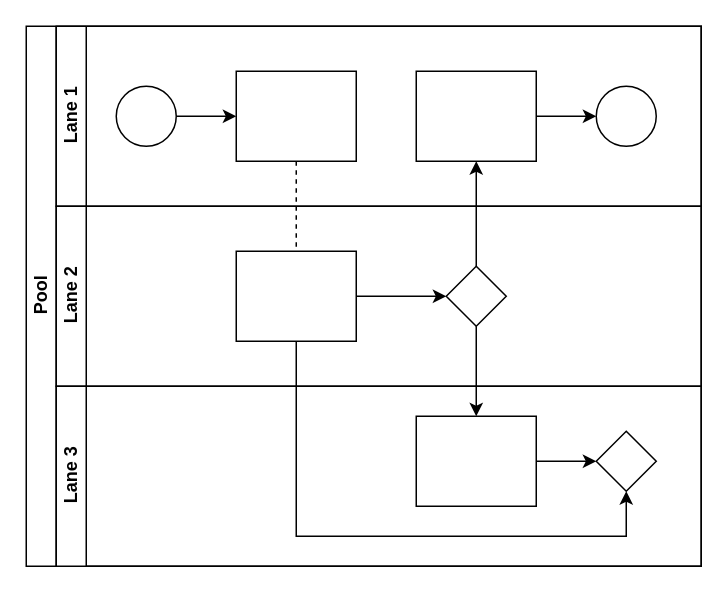
The draw.io diagram Описание процесса для модуля №8.drawio in pytonuserouner/UML_study, before the edit. Source tidied: cells renumbered, new cells numbered last; positions are measured from the earlier drawing's top-left corner, leaving out a move shared by most shapes. Both pictures are drawn from the tidied source at 150%, with x=0, y=0 at pixel (26, 26).
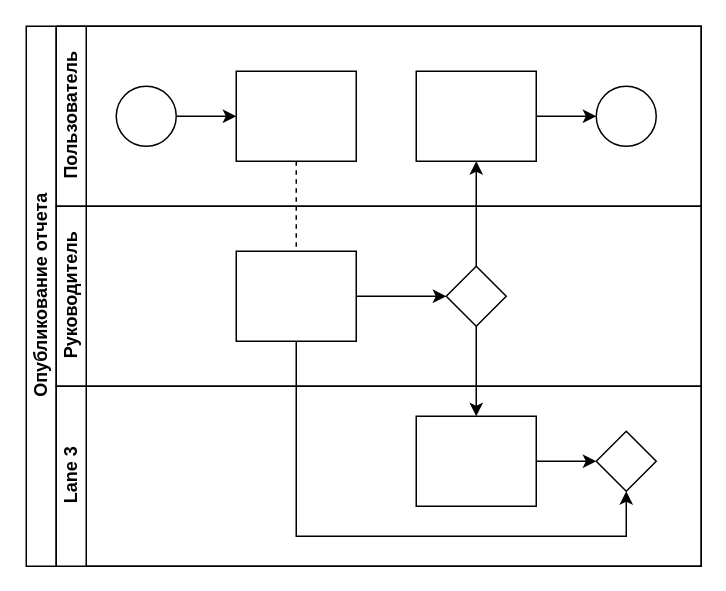
The same diagram, later.

The edit, as a diff of the source:
```diff
@@
-    <mxCell id="2" value="Pool" style="swimlane;html=1;horizontal=0;startSize=20;" parent="1" vertex="1">
+    <mxCell id="2" value="Опубликование отчета" style="swimlane;html=1;horizontal=0;startSize=20;" parent="1" vertex="1">
       <mxGeometry width="450" height="360" as="geometry" />
     </mxCell>
@@
-    <mxCell id="7" value="Lane 1" style="swimlane;html=1;startSize=20;horizontal=0;" parent="2" vertex="1">
+    <mxCell id="7" value="Пользователь" style="swimlane;html=1;startSize=20;horizontal=0;" parent="2" vertex="1">
       <mxGeometry x="20" width="430" height="120" as="geometry" />
     </mxCell>
@@
-    <mxCell id="14" value="Lane 2" style="swimlane;html=1;startSize=20;horizontal=0;" parent="2" vertex="1">
+    <mxCell id="14" value="Руководитель" style="swimlane;html=1;startSize=20;horizontal=0;" parent="2" vertex="1">
       <mxGeometry x="20" y="120" width="430" height="120" as="geometry" />
     </mxCell>
```
